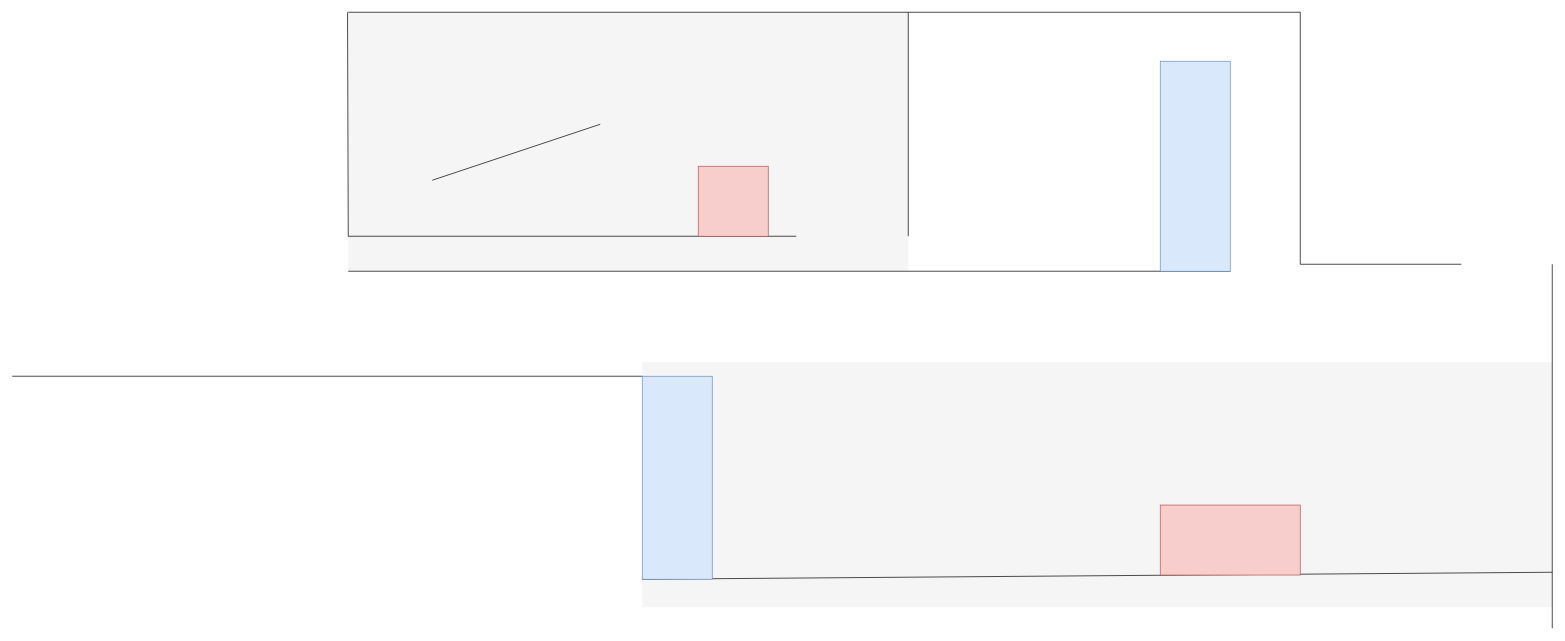
The draw.io diagram assets/map.drawio.xml in balooval/blob, before the edit. Source tidied: cells renumbered, new cells numbered last; positions are measured from the earlier drawing's top-left corner, leaving out a move shared by most shapes. Both pictures are drawn from the tidied source at 70%, with x=0, y=0 at pixel (12, 12).
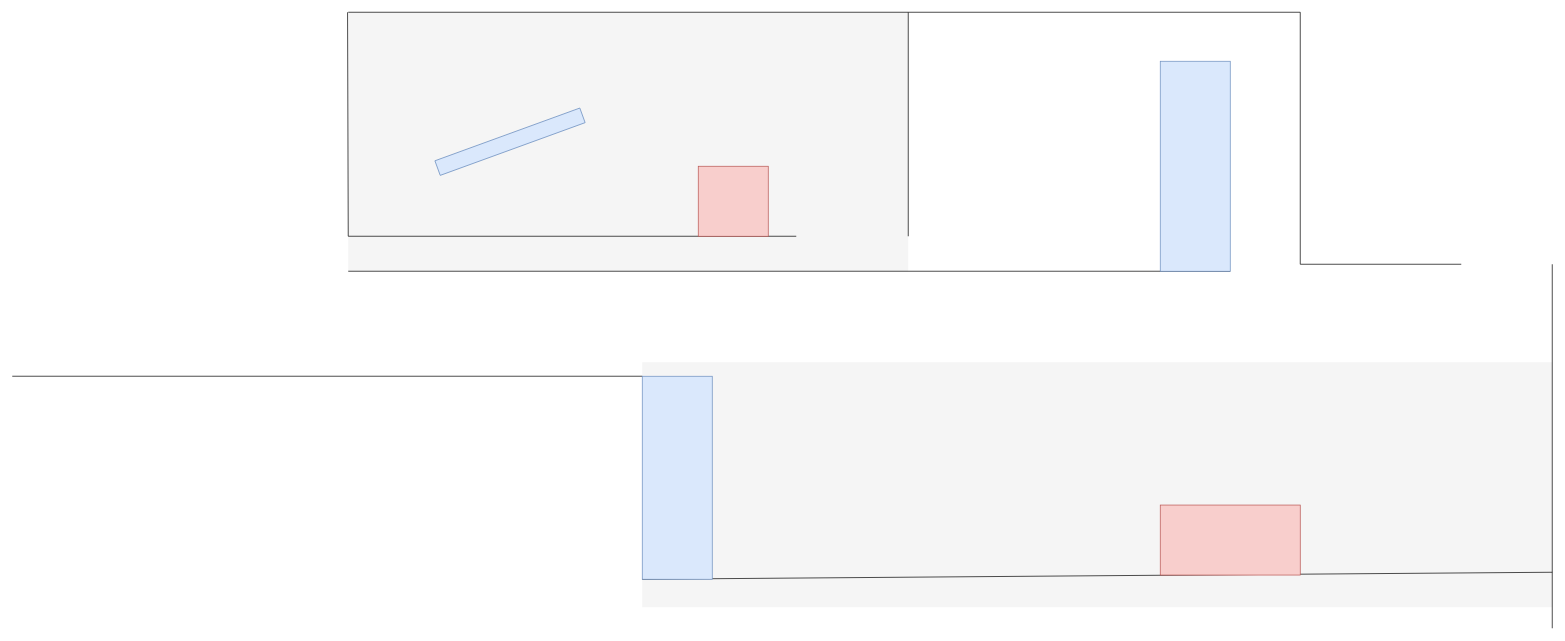
After the change.

The edit, as a diff of the source:
```diff
@@
-    <mxCell id="5" style="endArrow=none;html=1;rounded=0;" parent="1" edge="1">
-      <mxGeometry relative="1" as="geometry">
-        <mxPoint x="600" y="240" as="sourcePoint" />
-        <mxPoint x="840" y="160" as="targetPoint" />
-      </mxGeometry>
-    </mxCell>
@@
+    <mxCell id="18" value=" " style="rounded=0;whiteSpace=wrap;html=1;fillColor=#dae8fc;strokeColor=#6c8ebf;rotation=70;" parent="1" vertex="1">
+      <mxGeometry x="700" y="74.8" width="22.2" height="220.3" as="geometry" />
+    </mxCell>
```
